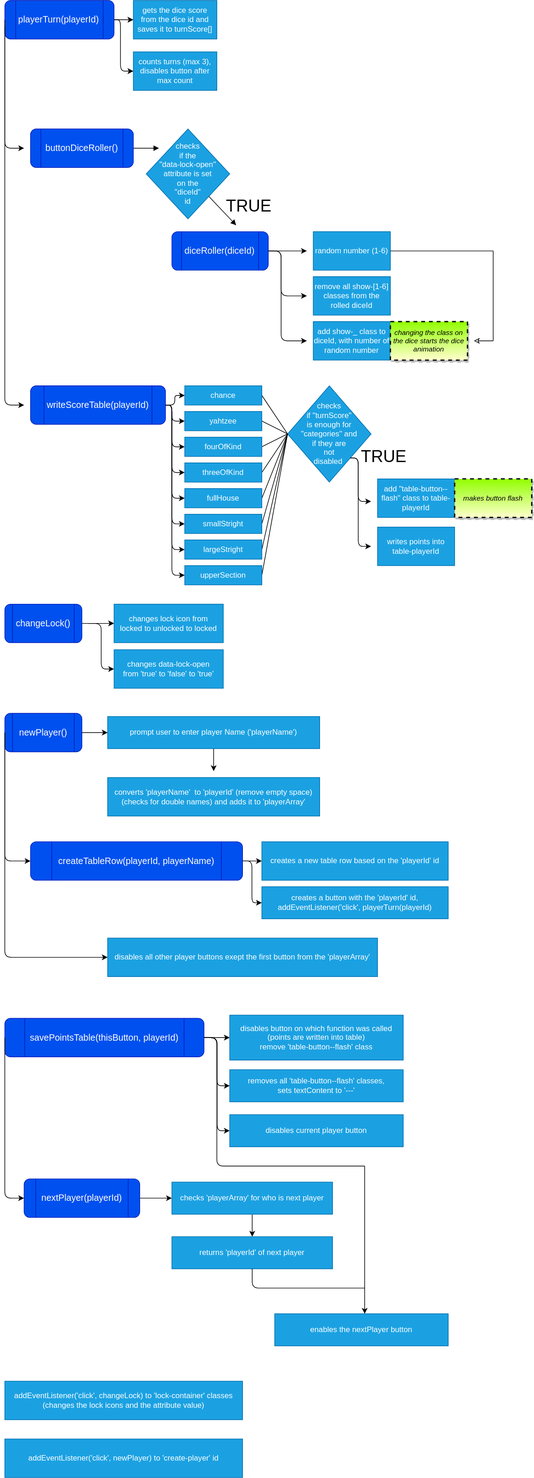
Before: assets/images/doc/control-flow-graph.svg, a diagram exported from draw.io (Zolske/yahtzee-dice-roller). Source tidied: cells renumbered, new cells last; positions are measured from the earlier drawing's top-left corner, leaving out a move shared by most shapes.
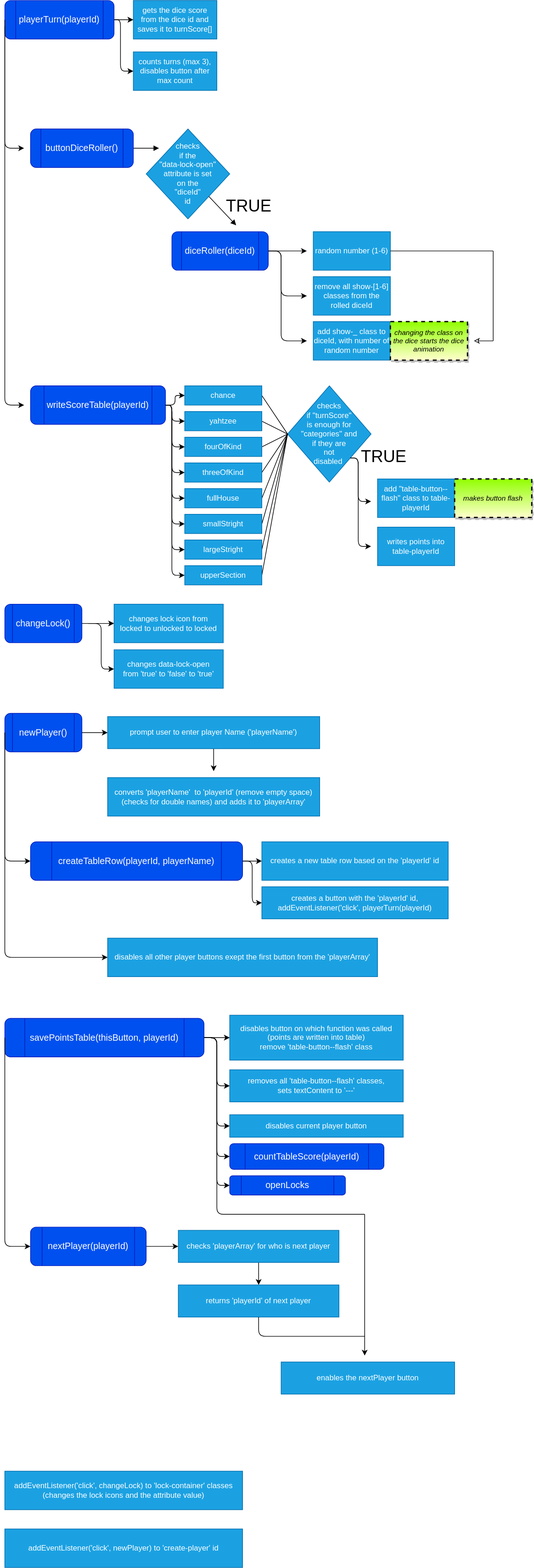
After the change.

Commit message:
add: openLocks(), opens locks after player choose points

What changed in the source:
```diff
@@ -334,16 +334,16 @@
       <mxGeometry relative="1" as="geometry" />
     </mxCell>
     <mxCell id="76" value="nextPlayer(playerId)" style="shape=process;whiteSpace=wrap;html=1;backgroundOutline=1;rounded=1;fillColor=#0050ef;strokeColor=#001DBC;fontColor=#ffffff;fontSize=14;" parent="1" vertex="1">
-      <mxGeometry x="30" y="1835" width="180" height="60" as="geometry" />
+      <mxGeometry x="40" y="1910" width="180" height="60" as="geometry" />
     </mxCell>
     <mxCell id="77" style="edgeStyle=none;html=1;entryX=0.5;entryY=0;entryDx=0;entryDy=0;fontSize=26;fontColor=#660000;startArrow=none;startFill=0;endArrow=classic;endFill=1;strokeColor=#000000;" parent="1" edge="1" source="78" target="79">
       <mxGeometry relative="1" as="geometry" />
     </mxCell>
     <mxCell id="78" value="checks 'playerArray' for who is next player" style="rounded=0;whiteSpace=wrap;html=1;fillColor=#1ba1e2;strokeColor=#006EAF;fontColor=#ffffff;" parent="1" vertex="1">
-      <mxGeometry x="260" y="1840" width="250" height="50" as="geometry" />
+      <mxGeometry x="270" y="1915" width="250" height="50" as="geometry" />
     </mxCell>
     <mxCell id="79" value="returns 'playerId' of next player" style="rounded=0;whiteSpace=wrap;html=1;fillColor=#1ba1e2;strokeColor=#006EAF;fontColor=#ffffff;" parent="1" vertex="1">
-      <mxGeometry x="260" y="1925" width="250" height="50" as="geometry" />
+      <mxGeometry x="270" y="2000" width="250" height="50" as="geometry" />
     </mxCell>
     <mxCell id="80" value="savePointsTable(thisButton, playerId)" style="shape=process;whiteSpace=wrap;html=1;backgroundOutline=1;rounded=1;fillColor=#0050ef;strokeColor=#001DBC;fontColor=#ffffff;fontSize=14;" parent="1" vertex="1">
       <mxGeometry y="1585" width="310" height="60" as="geometry" />
@@ -355,10 +355,10 @@
       <mxGeometry x="350" y="1665" width="270" height="50" as="geometry" />
     </mxCell>
     <mxCell id="83" value="disables current player button" style="rounded=0;whiteSpace=wrap;html=1;fillColor=#1ba1e2;strokeColor=#006EAF;fontColor=#ffffff;" parent="1" vertex="1">
-      <mxGeometry x="350" y="1735" width="270" height="50" as="geometry" />
+      <mxGeometry x="350" y="1735" width="270" height="35" as="geometry" />
     </mxCell>
     <mxCell id="84" value="enables the nextPlayer button" style="rounded=0;whiteSpace=wrap;html=1;fillColor=#1ba1e2;strokeColor=#006EAF;fontColor=#ffffff;" parent="1" vertex="1">
-      <mxGeometry x="420" y="2045" width="270" height="50" as="geometry" />
+      <mxGeometry x="430" y="2120" width="270" height="50" as="geometry" />
     </mxCell>
     <mxCell id="85" style="edgeStyle=elbowEdgeStyle;elbow=horizontal;endArrow=classic;html=1;strokeColor=#000000;exitX=0;exitY=0.5;exitDx=0;exitDy=0;entryX=0;entryY=0.5;entryDx=0;entryDy=0;" parent="1" edge="1" source="80" target="76">
       <mxGeometry relative="1" as="geometry">
@@ -387,31 +387,47 @@
     </mxCell>
     <mxCell id="89" style="edgeStyle=elbowEdgeStyle;elbow=horizontal;endArrow=none;html=1;strokeColor=#000000;exitX=1;exitY=0.5;exitDx=0;exitDy=0;endFill=0;" parent="1" edge="1" source="80">
       <mxGeometry relative="1" as="geometry">
-        <mxPoint x="560" y="1815" as="targetPoint" />
+        <mxPoint x="560" y="1890" as="targetPoint" />
         <Array as="points">
+          <mxPoint x="330" y="1870" />
           <mxPoint x="330" y="1815" />
         </Array>
       </mxGeometry>
     </mxCell>
     <mxCell id="90" style="edgeStyle=elbowEdgeStyle;elbow=horizontal;endArrow=none;html=1;strokeColor=#000000;exitX=0.5;exitY=1;exitDx=0;exitDy=0;endFill=0;" parent="1" edge="1" source="79">
       <mxGeometry relative="1" as="geometry">
-        <mxPoint x="560" y="2005" as="targetPoint" />
+        <mxPoint x="560" y="2080" as="targetPoint" />
         <Array as="points">
-          <mxPoint x="385" y="2005" />
+          <mxPoint x="395" y="2080" />
         </Array>
       </mxGeometry>
     </mxCell>
-    <mxCell id="91" style="endArrow=classic;html=1;fontSize=26;fontColor=#660000;strokeColor=#000000;" parent="1" edge="1">
-      <mxGeometry relative="1" as="geometry">
-        <mxPoint x="560" y="1815" as="sourcePoint" />
-        <mxPoint x="560" y="2045" as="targetPoint" />
-      </mxGeometry>
-    </mxCell>
     <mxCell id="92" value="addEventListener('click', changeLock) to 'lock-container' classes&lt;br&gt;(changes the lock icons and the attribute value)" style="rounded=0;whiteSpace=wrap;html=1;fillColor=#1ba1e2;strokeColor=#006EAF;fontColor=#ffffff;" parent="1" vertex="1">
-      <mxGeometry y="2150" width="370" height="60" as="geometry" />
+      <mxGeometry y="2290" width="370" height="60" as="geometry" />
     </mxCell>
     <mxCell id="93" value="addEventListener('click', newPlayer) to 'create-player' id" style="rounded=0;whiteSpace=wrap;html=1;fillColor=#1ba1e2;strokeColor=#006EAF;fontColor=#ffffff;" parent="1" vertex="1">
-      <mxGeometry y="2240" width="370" height="60" as="geometry" />
+      <mxGeometry y="2380" width="370" height="60" as="geometry" />
     </mxCell>
+    <mxCell id="94" style="endArrow=classic;html=1;strokeColor=#000000;" parent="1" edge="1">
+      <mxGeometry relative="1" as="geometry">
+        <mxPoint x="560" y="1890" as="sourcePoint" />
+        <mxPoint x="560" y="2110" as="targetPoint" />
+        <Array as="points">
+          <mxPoint x="560" y="1940" />
+        </Array>
+      </mxGeometry>
+    </mxCell>
+    <mxCell id="95" style="edgeStyle=elbowEdgeStyle;elbow=horizontal;endArrow=classic;html=1;strokeColor=#000000;exitX=1;exitY=0.5;exitDx=0;exitDy=0;entryX=0;entryY=0.5;entryDx=0;entryDy=0;" parent="1" edge="1" source="80" target="97">
+      <mxGeometry relative="1" as="geometry" />
+    </mxCell>
+    <mxCell id="96" value="countTableScore(playerId)" style="shape=process;whiteSpace=wrap;html=1;backgroundOutline=1;rounded=1;fillColor=#0050ef;strokeColor=#001DBC;fontColor=#ffffff;fontSize=14;" parent="1" vertex="1">
+      <mxGeometry x="350" y="1780" width="240" height="40" as="geometry" />
+    </mxCell>
+    <mxCell id="97" value="openLocks" style="shape=process;whiteSpace=wrap;html=1;backgroundOutline=1;rounded=1;fillColor=#0050ef;strokeColor=#001DBC;fontColor=#ffffff;fontSize=14;" parent="1" vertex="1">
+      <mxGeometry x="350" y="1830" width="180" height="30" as="geometry" />
+    </mxCell>
+    <mxCell id="98" style="edgeStyle=elbowEdgeStyle;elbow=horizontal;endArrow=classic;html=1;strokeColor=#000000;exitX=1;exitY=0.5;exitDx=0;exitDy=0;entryX=0;entryY=0.5;entryDx=0;entryDy=0;" parent="1" edge="1" source="80" target="96">
+      <mxGeometry relative="1" as="geometry" />
+    </mxCell>
   </root>
 </mxGraphModel>
```
